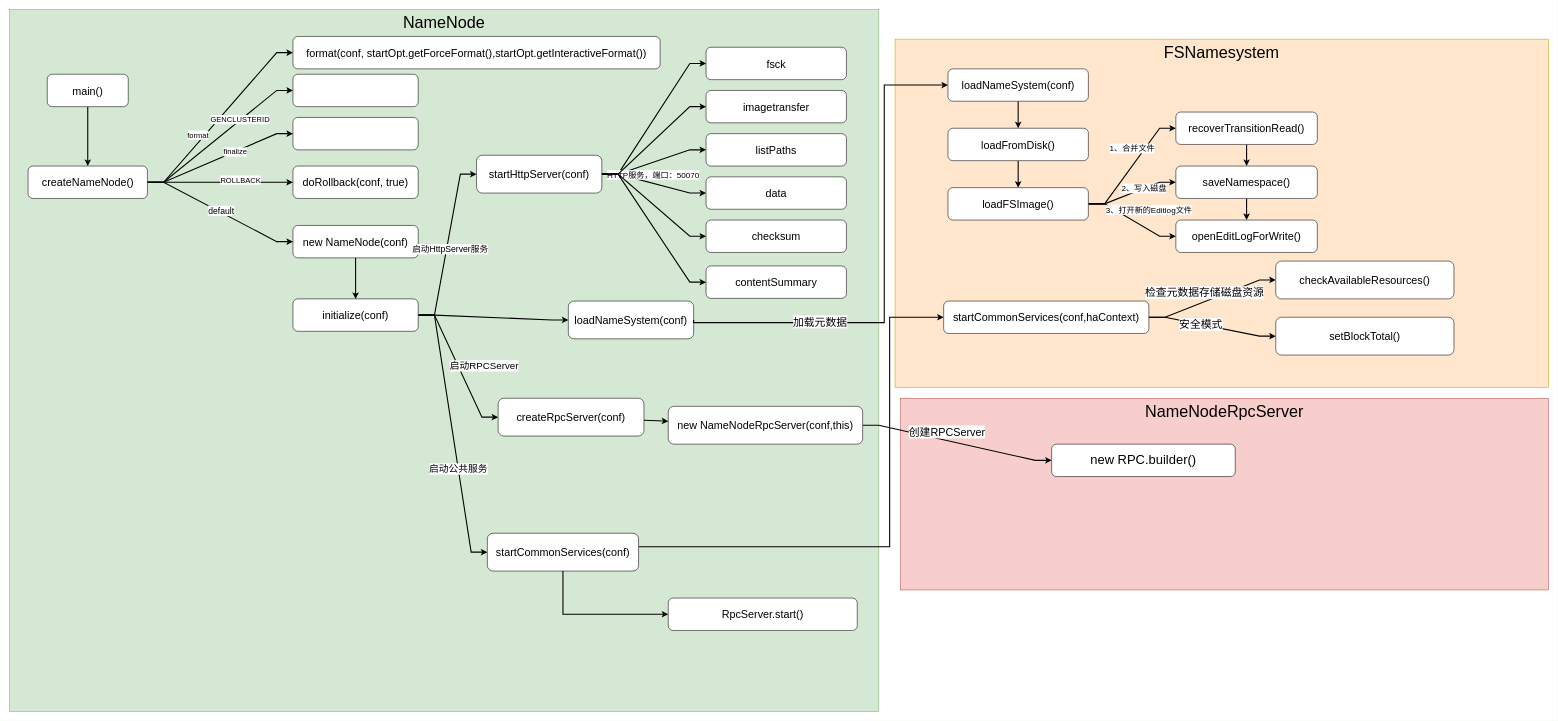
Earlier version of the draw.io diagram page "NameNode启动" (1 of 8) of Hadoop.drawio (starzy1990/diagrams). Source tidied: cells renumbered, new cells numbered last; positions are measured from the earlier drawing's top-left corner, leaving out a move shared by most shapes. Both pictures are drawn from the tidied source at 54%, with x=0, y=0 at pixel (9, 9).
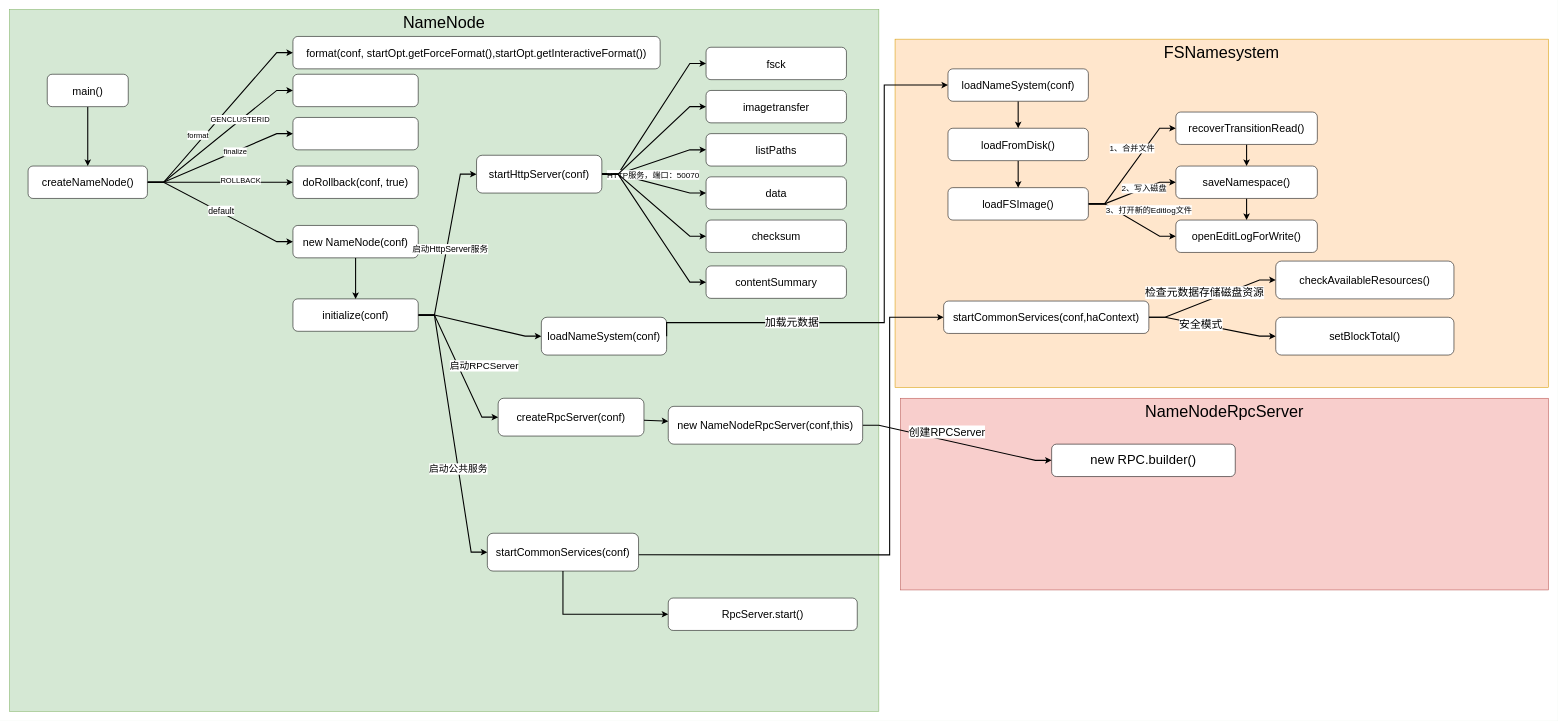
After the change.

The change refers to these unchanged cells:
```xml
<mxCell id="73" value="startCommonServices(conf)" style="rounded=1;whiteSpace=wrap;html=1;fontSize=20;" parent="1" vertex="1">
  <mxGeometry x="885" y="970" width="280" height="70" as="geometry" />
</mxCell>
<mxCell id="78" value="startCommonServices(conf,haContext)" style="rounded=1;whiteSpace=wrap;html=1;fontSize=20;" parent="1" vertex="1">
  <mxGeometry x="1730" y="540" width="380" height="60" as="geometry" />
</mxCell>
```

What changed in the source:
```diff
@@
     <mxCell id="41" value="loadNameSystem(conf)" style="rounded=1;whiteSpace=wrap;html=1;fontSize=20;" parent="1" vertex="1">
-      <mxGeometry x="1035" y="540" width="232" height="70" as="geometry" />
+      <mxGeometry x="985" y="570" width="232" height="70" as="geometry" />
     </mxCell>
@@
-    <mxCell id="71" style="edgeStyle=orthogonalEdgeStyle;rounded=0;jettySize=auto;html=1;entryX=0;entryY=0.5;entryDx=0;entryDy=0;shadow=0;fontSize=20;strokeWidth=2;" parent="1" edge="1" source="73" target="78">
+    <mxCell id="71" style="edgeStyle=orthogonalEdgeStyle;rounded=0;jettySize=auto;html=1;entryX=0;entryY=0.5;entryDx=0;entryDy=0;shadow=0;fontSize=20;strokeWidth=2;exitX=1;exitY=0.571;exitDx=0;exitDy=0;exitPerimeter=0;" parent="1" edge="1" source="73" target="78">
       <mxGeometry relative="1" as="geometry">
         <Array as="points">
-          <mxPoint x="1630" y="995" />
+          <mxPoint x="1630" y="1010" />
           <mxPoint x="1630" y="570" />
         </Array>
       </mxGeometry>
     </mxCell>
```
